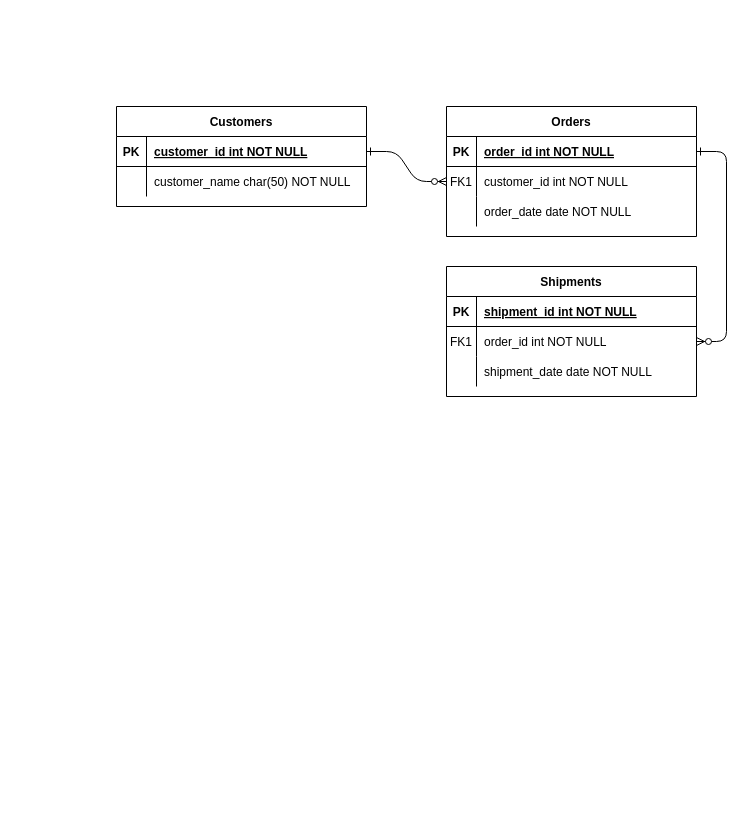
This is Untitled Diagram.drawio from vodz1/Restaurant-Management-System, a draw.io file, before an edit. Source tidied: cells renumbered, new cells numbered last; positions are measured from the earlier drawing's top-left corner, leaving out a move shared by most shapes. Both pictures are drawn from the tidied source at 100%, with x=0, y=0 at pixel (116, 106).
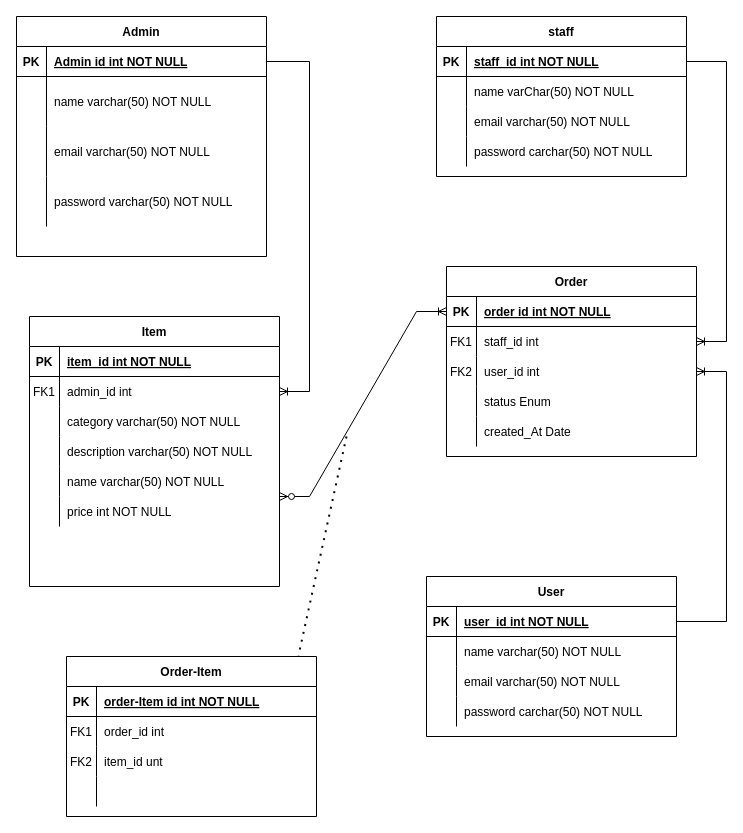
The same diagram, later.

Commit message:
Update Entity Relation Diagram.drawio

The change refers to these unchanged cells:
```xml
<mxCell id="5" style="shape=partialRectangle;fillColor=none;points=[[0,0.5],[1,0.5]];portConstraint=eastwest;top=0;left=0;right=0;bottom=1;" parent="4" vertex="1">
  <mxGeometry y="30" width="250" height="30" as="geometry" />
</mxCell>
<mxCell id="8" style="shape=partialRectangle;fillColor=none;points=[[0,0.5],[1,0.5]];portConstraint=eastwest;top=0;left=0;right=0;bottom=0;" parent="4" vertex="1">
  <mxGeometry y="60" width="250" height="30" as="geometry" />
</mxCell>
<mxCell id="11" style="shape=partialRectangle;fillColor=none;top=0;left=0;right=0;bottom=0;" parent="4" vertex="1">
  <mxGeometry y="90" width="250" height="30" as="geometry" />
</mxCell>
<mxCell id="15" style="shape=partialRectangle;fillColor=none;points=[[0,0.5],[1,0.5]];portConstraint=eastwest;top=0;left=0;right=0;bottom=1;" parent="14" vertex="1">
  <mxGeometry y="30" width="250" height="30" as="geometry" />
</mxCell>
<mxCell id="18" style="shape=partialRectangle;fillColor=none;points=[[0,0.5],[1,0.5]];portConstraint=eastwest;top=0;left=0;right=0;bottom=0;" parent="14" vertex="1">
  <mxGeometry y="60" width="250" height="30" as="geometry" />
</mxCell>
<mxCell id="21" style="shape=partialRectangle;fillColor=none;points=[[0,0.5],[1,0.5]];portConstraint=eastwest;top=0;left=0;right=0;bottom=0;" parent="14" vertex="1">
  <mxGeometry y="90" width="250" height="30" as="geometry" />
</mxCell>
<mxCell id="25" style="shape=partialRectangle;fillColor=none;points=[[0,0.5],[1,0.5]];portConstraint=eastwest;top=0;left=0;right=0;bottom=1;" parent="24" vertex="1">
  <mxGeometry y="30" width="250" height="30" as="geometry" />
</mxCell>
```

Diff of the diagram source:
```diff
@@
-    <mxCell id="2" style="edgeStyle=entityRelationEdgeStyle;endArrow=ERzeroToMany;startArrow=ERone;endFill=1;startFill=0;" parent="1" edge="1" source="25" target="8">
-      <mxGeometry relative="1" as="geometry" />
-    </mxCell>
-    <mxCell id="3" style="edgeStyle=entityRelationEdgeStyle;endArrow=ERzeroToMany;startArrow=ERone;endFill=1;startFill=0;" parent="1" edge="1" source="5" target="18">
-      <mxGeometry relative="1" as="geometry" />
-    </mxCell>
-    <mxCell id="4" value="Orders" style="shape=table;startSize=30;childLayout=tableLayout;rowLines=0;fontStyle=1;align=center;" parent="1" vertex="1">
-      <mxGeometry x="330" width="250" height="130" as="geometry" />
+    <mxCell id="4" value="staff" style="shape=table;startSize=30;childLayout=tableLayout;rowLines=0;fontStyle=1;align=center;" parent="1" vertex="1">
+      <mxGeometry x="320" y="-90" width="250" height="160" as="geometry" />
     </mxCell>
@@
-    <mxCell id="7" value="order_id int NOT NULL " style="shape=partialRectangle;overflow=hidden;fillColor=none;top=0;left=0;bottom=0;right=0;align=left;spacingLeft=6;fontStyle=5;" parent="5" vertex="1">
+    <mxCell id="7" value="staff_id int NOT NULL " style="shape=partialRectangle;overflow=hidden;fillColor=none;top=0;left=0;bottom=0;right=0;align=left;spacingLeft=6;fontStyle=5;" parent="5" vertex="1">
       <mxGeometry x="30" width="220" height="30" as="geometry" />
     </mxCell>
@@
-    <mxCell id="9" value="FK1" style="shape=partialRectangle;overflow=hidden;fillColor=none;top=0;left=0;bottom=0;right=0;" parent="8" vertex="1">
+    <mxCell id="9" style="shape=partialRectangle;overflow=hidden;fillColor=none;top=0;left=0;bottom=0;right=0;" parent="8" vertex="1">
       <mxGeometry width="30" height="30" as="geometry" />
     </mxCell>
-    <mxCell id="10" value="customer_id int NOT NULL" style="shape=partialRectangle;overflow=hidden;fillColor=none;top=0;left=0;bottom=0;right=0;align=left;spacingLeft=6;" parent="8" vertex="1">
+    <mxCell id="10" value="name varChar(50) NOT NULL" style="shape=partialRectangle;overflow=hidden;fillColor=none;top=0;left=0;bottom=0;right=0;align=left;spacingLeft=6;" parent="8" vertex="1">
       <mxGeometry x="30" width="220" height="30" as="geometry" />
     </mxCell>
@@
-    <mxCell id="13" value="order_date date NOT NULL" style="shape=partialRectangle;overflow=hidden;fillColor=none;top=0;left=0;bottom=0;right=0;align=left;spacingLeft=6;" parent="11" vertex="1">
+    <mxCell id="13" value="email varchar(50) NOT NULL" style="shape=partialRectangle;overflow=hidden;fillColor=none;top=0;left=0;bottom=0;right=0;align=left;spacingLeft=6;" parent="11" vertex="1">
       <mxGeometry x="30" width="220" height="30" as="geometry" />
     </mxCell>
+    <mxCell id="31" style="shape=partialRectangle;fillColor=none;top=0;left=0;right=0;bottom=0;" parent="4" vertex="1">
+      <mxGeometry y="120" width="250" height="30" as="geometry" />
+    </mxCell>
+    <mxCell id="32" style="shape=partialRectangle;overflow=hidden;fillColor=none;top=0;left=0;bottom=0;right=0;" parent="31" vertex="1">
+      <mxGeometry width="30" height="30" as="geometry" />
+    </mxCell>
+    <mxCell id="33" value="password carchar(50) NOT NULL" style="shape=partialRectangle;overflow=hidden;fillColor=none;top=0;left=0;bottom=0;right=0;align=left;spacingLeft=6;" parent="31" vertex="1">
+      <mxGeometry x="30" width="220" height="30" as="geometry" />
+    </mxCell>
-    <mxCell id="14" value="Shipments" style="shape=table;startSize=30;childLayout=tableLayout;rowLines=0;fontStyle=1;align=center;" parent="1" vertex="1">
-      <mxGeometry x="330" y="160" width="250" height="130" as="geometry" />
+    <mxCell id="14" value="Order" style="shape=table;startSize=30;childLayout=tableLayout;rowLines=0;fontStyle=1;align=center;" parent="1" vertex="1">
+      <mxGeometry x="330" y="160" width="250" height="190" as="geometry" />
     </mxCell>
@@
-    <mxCell id="17" value="shipment_id int NOT NULL " style="shape=partialRectangle;overflow=hidden;fillColor=none;top=0;left=0;bottom=0;right=0;align=left;spacingLeft=6;fontStyle=5;" parent="15" vertex="1">
+    <mxCell id="17" value="order id int NOT NULL " style="shape=partialRectangle;overflow=hidden;fillColor=none;top=0;left=0;bottom=0;right=0;align=left;spacingLeft=6;fontStyle=5;" parent="15" vertex="1">
       <mxGeometry x="30" width="220" height="30" as="geometry" />
     </mxCell>
@@
-    <mxCell id="20" value="order_id int NOT NULL" style="shape=partialRectangle;overflow=hidden;fillColor=none;top=0;left=0;bottom=0;right=0;align=left;spacingLeft=6;" parent="18" vertex="1">
+    <mxCell id="20" value="staff_id int" style="shape=partialRectangle;overflow=hidden;fillColor=none;top=0;left=0;bottom=0;right=0;align=left;spacingLeft=6;" parent="18" vertex="1">
       <mxGeometry x="30" width="220" height="30" as="geometry" />
     </mxCell>
@@
-    <mxCell id="22" style="shape=partialRectangle;overflow=hidden;fillColor=none;top=0;left=0;bottom=0;right=0;" parent="21" vertex="1">
+    <mxCell id="22" value="FK2" style="shape=partialRectangle;overflow=hidden;fillColor=none;top=0;left=0;bottom=0;right=0;" parent="21" vertex="1">
       <mxGeometry width="30" height="30" as="geometry" />
     </mxCell>
-    <mxCell id="23" value="shipment_date date NOT NULL" style="shape=partialRectangle;overflow=hidden;fillColor=none;top=0;left=0;bottom=0;right=0;align=left;spacingLeft=6;" parent="21" vertex="1">
+    <mxCell id="23" value="user_id int" style="shape=partialRectangle;overflow=hidden;fillColor=none;top=0;left=0;bottom=0;right=0;align=left;spacingLeft=6;" parent="21" vertex="1">
       <mxGeometry x="30" width="220" height="30" as="geometry" />
     </mxCell>
+    <mxCell id="34" style="shape=partialRectangle;fillColor=none;top=0;left=0;right=0;bottom=0;" parent="14" vertex="1">
+      <mxGeometry y="120" width="250" height="30" as="geometry" />
+    </mxCell>
+    <mxCell id="35" style="shape=partialRectangle;overflow=hidden;fillColor=none;top=0;left=0;bottom=0;right=0;" parent="34" vertex="1">
+      <mxGeometry width="30" height="30" as="geometry" />
+    </mxCell>
+    <mxCell id="36" value="status Enum" style="shape=partialRectangle;overflow=hidden;fillColor=none;top=0;left=0;bottom=0;right=0;align=left;spacingLeft=6;" parent="34" vertex="1">
+      <mxGeometry x="30" width="220" height="30" as="geometry" />
+    </mxCell>
+    <mxCell id="37" style="shape=partialRectangle;fillColor=none;top=0;left=0;right=0;bottom=0;" parent="14" vertex="1">
+      <mxGeometry y="150" width="250" height="30" as="geometry" />
+    </mxCell>
+    <mxCell id="38" style="shape=partialRectangle;overflow=hidden;fillColor=none;top=0;left=0;bottom=0;right=0;" parent="37" vertex="1">
+      <mxGeometry width="30" height="30" as="geometry" />
+    </mxCell>
+    <mxCell id="39" value="created_At Date" style="shape=partialRectangle;overflow=hidden;fillColor=none;top=0;left=0;bottom=0;right=0;align=left;spacingLeft=6;" parent="37" vertex="1">
+      <mxGeometry x="30" width="220" height="30" as="geometry" />
+    </mxCell>
-    <mxCell id="24" value="Customers" style="shape=table;startSize=30;childLayout=tableLayout;rowLines=0;fontStyle=1;align=center;" parent="1" vertex="1">
-      <mxGeometry width="250" height="100" as="geometry" />
+    <mxCell id="24" value="Admin" style="shape=table;startSize=30;childLayout=tableLayout;rowLines=0;fontStyle=1;align=center;" parent="1" vertex="1">
+      <mxGeometry x="-100" y="-90" width="250" height="240" as="geometry" />
     </mxCell>
@@
-    <mxCell id="27" value="customer_id int NOT NULL " style="shape=partialRectangle;overflow=hidden;fillColor=none;top=0;left=0;bottom=0;right=0;align=left;spacingLeft=6;fontStyle=5;" parent="25" vertex="1">
+    <mxCell id="27" value="Admin id int NOT NULL" style="shape=partialRectangle;overflow=hidden;fillColor=none;top=0;left=0;bottom=0;right=0;align=left;spacingLeft=6;fontStyle=5;" parent="25" vertex="1">
       <mxGeometry x="30" width="220" height="30" as="geometry" />
     </mxCell>
     <mxCell id="28" style="shape=partialRectangle;fillColor=none;top=0;left=0;right=0;bottom=0;" parent="24" vertex="1">
-      <mxGeometry y="60" width="250" height="30" as="geometry" />
+      <mxGeometry y="60" width="250" height="50" as="geometry" />
     </mxCell>
     <mxCell id="29" style="shape=partialRectangle;overflow=hidden;fillColor=none;top=0;left=0;bottom=0;right=0;" parent="28" vertex="1">
-      <mxGeometry width="30" height="30" as="geometry" />
+      <mxGeometry width="30" height="50" as="geometry" />
     </mxCell>
-    <mxCell id="30" value="customer_name char(50) NOT NULL" style="shape=partialRectangle;overflow=hidden;fillColor=none;top=0;left=0;bottom=0;right=0;align=left;spacingLeft=6;" parent="28" vertex="1">
-      <mxGeometry x="30" width="220" height="30" as="geometry" />
+    <mxCell id="30" value="name varchar(50) NOT NULL" style="shape=partialRectangle;overflow=hidden;fillColor=none;top=0;left=0;bottom=0;right=0;align=left;spacingLeft=6;" parent="28" vertex="1">
+      <mxGeometry x="30" width="220" height="50" as="geometry" />
     </mxCell>
+    <mxCell id="40" style="shape=partialRectangle;fillColor=none;top=0;left=0;right=0;bottom=0;" parent="24" vertex="1">
+      <mxGeometry y="110" width="250" height="50" as="geometry" />
+    </mxCell>
+    <mxCell id="41" style="shape=partialRectangle;overflow=hidden;fillColor=none;top=0;left=0;bottom=0;right=0;" parent="40" vertex="1">
+      <mxGeometry width="30" height="50" as="geometry" />
+    </mxCell>
+    <mxCell id="42" value="email varchar(50) NOT NULL" style="shape=partialRectangle;overflow=hidden;fillColor=none;top=0;left=0;bottom=0;right=0;align=left;spacingLeft=6;" parent="40" vertex="1">
+      <mxGeometry x="30" width="220" height="50" as="geometry" />
+    </mxCell>
+    <mxCell id="43" style="shape=partialRectangle;fillColor=none;top=0;left=0;right=0;bottom=0;" parent="24" vertex="1">
+      <mxGeometry y="160" width="250" height="50" as="geometry" />
+    </mxCell>
+    <mxCell id="44" style="shape=partialRectangle;overflow=hidden;fillColor=none;top=0;left=0;bottom=0;right=0;" parent="43" vertex="1">
+      <mxGeometry width="30" height="50" as="geometry" />
+    </mxCell>
+    <mxCell id="45" value="password varchar(50) NOT NULL" style="shape=partialRectangle;overflow=hidden;fillColor=none;top=0;left=0;bottom=0;right=0;align=left;spacingLeft=6;" parent="43" vertex="1">
+      <mxGeometry x="30" width="220" height="50" as="geometry" />
+    </mxCell>
+    <mxCell id="46" value="Item" style="shape=table;startSize=30;childLayout=tableLayout;rowLines=0;fontStyle=1;align=center;" parent="1" vertex="1">
+      <mxGeometry x="-87" y="210" width="250" height="270" as="geometry" />
+    </mxCell>
+    <mxCell id="47" style="shape=partialRectangle;fillColor=none;top=0;left=0;right=0;bottom=1;" parent="46" vertex="1">
+      <mxGeometry y="30" width="250" height="30" as="geometry" />
+    </mxCell>
+    <mxCell id="48" value="PK" style="shape=partialRectangle;overflow=hidden;fillColor=none;top=0;left=0;bottom=0;right=0;fontStyle=1;" parent="47" vertex="1">
+      <mxGeometry width="30" height="30" as="geometry" />
+    </mxCell>
+    <mxCell id="49" value="item_id int NOT NULL " style="shape=partialRectangle;overflow=hidden;fillColor=none;top=0;left=0;bottom=0;right=0;align=left;spacingLeft=6;fontStyle=5;" parent="47" vertex="1">
+      <mxGeometry x="30" width="220" height="30" as="geometry" />
+    </mxCell>
+    <mxCell id="50" style="shape=partialRectangle;fillColor=none;points=[[0,0.5],[1,0.5]];portConstraint=eastwest;top=0;left=0;right=0;bottom=0;" parent="46" vertex="1">
+      <mxGeometry y="60" width="250" height="30" as="geometry" />
+    </mxCell>
+    <mxCell id="51" value="FK1" style="shape=partialRectangle;overflow=hidden;fillColor=none;top=0;left=0;bottom=0;right=0;" parent="50" vertex="1">
+      <mxGeometry width="30" height="30" as="geometry" />
+    </mxCell>
+    <mxCell id="52" value="admin_id int " style="shape=partialRectangle;overflow=hidden;fillColor=none;top=0;left=0;bottom=0;right=0;align=left;spacingLeft=6;" parent="50" vertex="1">
+      <mxGeometry x="30" width="220" height="30" as="geometry" />
+    </mxCell>
+    <mxCell id="53" style="shape=partialRectangle;fillColor=none;top=0;left=0;right=0;bottom=0;" parent="46" vertex="1">
+      <mxGeometry y="90" width="250" height="30" as="geometry" />
+    </mxCell>
+    <mxCell id="54" style="shape=partialRectangle;overflow=hidden;fillColor=none;top=0;left=0;bottom=0;right=0;" parent="53" vertex="1">
+      <mxGeometry width="30" height="30" as="geometry" />
+    </mxCell>
+    <mxCell id="55" value="category varchar(50) NOT NULL" style="shape=partialRectangle;overflow=hidden;fillColor=none;top=0;left=0;bottom=0;right=0;align=left;spacingLeft=6;" parent="53" vertex="1">
+      <mxGeometry x="30" width="220" height="30" as="geometry" />
+    </mxCell>
+    <mxCell id="56" style="shape=partialRectangle;fillColor=none;top=0;left=0;right=0;bottom=0;" parent="46" vertex="1">
+      <mxGeometry y="120" width="250" height="30" as="geometry" />
+    </mxCell>
+    <mxCell id="57" style="shape=partialRectangle;overflow=hidden;fillColor=none;top=0;left=0;bottom=0;right=0;" parent="56" vertex="1">
+      <mxGeometry width="30" height="30" as="geometry" />
+    </mxCell>
+    <mxCell id="58" value="description varchar(50) NOT NULL" style="shape=partialRectangle;overflow=hidden;fillColor=none;top=0;left=0;bottom=0;right=0;align=left;spacingLeft=6;" parent="56" vertex="1">
+      <mxGeometry x="30" width="220" height="30" as="geometry" />
+    </mxCell>
+    <mxCell id="59" style="shape=partialRectangle;fillColor=none;top=0;left=0;right=0;bottom=0;" parent="46" vertex="1">
+      <mxGeometry y="150" width="250" height="30" as="geometry" />
+    </mxCell>
+    <mxCell id="60" style="shape=partialRectangle;overflow=hidden;fillColor=none;top=0;left=0;bottom=0;right=0;" parent="59" vertex="1">
+      <mxGeometry width="30" height="30" as="geometry" />
+    </mxCell>
+    <mxCell id="61" value="name varchar(50) NOT NULL" style="shape=partialRectangle;overflow=hidden;fillColor=none;top=0;left=0;bottom=0;right=0;align=left;spacingLeft=6;" parent="59" vertex="1">
+      <mxGeometry x="30" width="220" height="30" as="geometry" />
+    </mxCell>
+    <mxCell id="62" style="shape=partialRectangle;fillColor=none;top=0;left=0;right=0;bottom=0;" parent="46" vertex="1">
+      <mxGeometry y="180" width="250" height="30" as="geometry" />
+    </mxCell>
+    <mxCell id="63" style="shape=partialRectangle;overflow=hidden;fillColor=none;top=0;left=0;bottom=0;right=0;" parent="62" vertex="1">
+      <mxGeometry width="30" height="30" as="geometry" />
+    </mxCell>
+    <mxCell id="64" value="price int NOT NULL" style="shape=partialRectangle;overflow=hidden;fillColor=none;top=0;left=0;bottom=0;right=0;align=left;spacingLeft=6;" parent="62" vertex="1">
+      <mxGeometry x="30" width="220" height="30" as="geometry" />
+    </mxCell>
+    <mxCell id="65" value="User" style="shape=table;startSize=30;childLayout=tableLayout;rowLines=0;fontStyle=1;align=center;" parent="1" vertex="1">
+      <mxGeometry x="310" y="470" width="250" height="160" as="geometry" />
+    </mxCell>
+    <mxCell id="66" style="shape=partialRectangle;fillColor=none;points=[[0,0.5],[1,0.5]];portConstraint=eastwest;top=0;left=0;right=0;bottom=1;" parent="65" vertex="1">
+      <mxGeometry y="30" width="250" height="30" as="geometry" />
+    </mxCell>
+    <mxCell id="67" value="PK" style="shape=partialRectangle;overflow=hidden;fillColor=none;top=0;left=0;bottom=0;right=0;fontStyle=1;" parent="66" vertex="1">
+      <mxGeometry width="30" height="30" as="geometry" />
+    </mxCell>
+    <mxCell id="68" value="user_id int NOT NULL " style="shape=partialRectangle;overflow=hidden;fillColor=none;top=0;left=0;bottom=0;right=0;align=left;spacingLeft=6;fontStyle=5;" parent="66" vertex="1">
+      <mxGeometry x="30" width="220" height="30" as="geometry" />
+    </mxCell>
+    <mxCell id="69" style="shape=partialRectangle;fillColor=none;top=0;left=0;right=0;bottom=0;" parent="65" vertex="1">
+      <mxGeometry y="60" width="250" height="30" as="geometry" />
+    </mxCell>
+    <mxCell id="70" style="shape=partialRectangle;overflow=hidden;fillColor=none;top=0;left=0;bottom=0;right=0;" parent="69" vertex="1">
+      <mxGeometry width="30" height="30" as="geometry" />
+    </mxCell>
+    <mxCell id="71" value="name varchar(50) NOT NULL" style="shape=partialRectangle;overflow=hidden;fillColor=none;top=0;left=0;bottom=0;right=0;align=left;spacingLeft=6;" parent="69" vertex="1">
+      <mxGeometry x="30" width="220" height="30" as="geometry" />
+    </mxCell>
+    <mxCell id="72" style="shape=partialRectangle;fillColor=none;top=0;left=0;right=0;bottom=0;" parent="65" vertex="1">
+      <mxGeometry y="90" width="250" height="30" as="geometry" />
+    </mxCell>
+    <mxCell id="73" style="shape=partialRectangle;overflow=hidden;fillColor=none;top=0;left=0;bottom=0;right=0;" parent="72" vertex="1">
+      <mxGeometry width="30" height="30" as="geometry" />
+    </mxCell>
+    <mxCell id="74" value="email varchar(50) NOT NULL" style="shape=partialRectangle;overflow=hidden;fillColor=none;top=0;left=0;bottom=0;right=0;align=left;spacingLeft=6;" parent="72" vertex="1">
+      <mxGeometry x="30" width="220" height="30" as="geometry" />
+    </mxCell>
+    <mxCell id="75" style="shape=partialRectangle;fillColor=none;top=0;left=0;right=0;bottom=0;" parent="65" vertex="1">
+      <mxGeometry y="120" width="250" height="30" as="geometry" />
+    </mxCell>
+    <mxCell id="76" style="shape=partialRectangle;overflow=hidden;fillColor=none;top=0;left=0;bottom=0;right=0;" parent="75" vertex="1">
+      <mxGeometry width="30" height="30" as="geometry" />
+    </mxCell>
+    <mxCell id="77" value="password carchar(50) NOT NULL" style="shape=partialRectangle;overflow=hidden;fillColor=none;top=0;left=0;bottom=0;right=0;align=left;spacingLeft=6;" parent="75" vertex="1">
+      <mxGeometry x="30" width="220" height="30" as="geometry" />
+    </mxCell>
+    <mxCell id="78" value="Order-Item" style="shape=table;startSize=30;childLayout=tableLayout;rowLines=0;fontStyle=1;align=center;" parent="1" vertex="1">
+      <mxGeometry x="-50" y="550" width="250" height="160" as="geometry" />
+    </mxCell>
+    <mxCell id="79" style="shape=partialRectangle;fillColor=none;top=0;left=0;right=0;bottom=1;" parent="78" vertex="1">
+      <mxGeometry y="30" width="250" height="30" as="geometry" />
+    </mxCell>
+    <mxCell id="80" value="PK" style="shape=partialRectangle;overflow=hidden;fillColor=none;top=0;left=0;bottom=0;right=0;fontStyle=1;" parent="79" vertex="1">
+      <mxGeometry width="30" height="30" as="geometry" />
+    </mxCell>
+    <mxCell id="81" value="order-Item id int NOT NULL " style="shape=partialRectangle;overflow=hidden;fillColor=none;top=0;left=0;bottom=0;right=0;align=left;spacingLeft=6;fontStyle=5;" parent="79" vertex="1">
+      <mxGeometry x="30" width="220" height="30" as="geometry" />
+    </mxCell>
+    <mxCell id="82" style="shape=partialRectangle;fillColor=none;top=0;left=0;right=0;bottom=0;" parent="78" vertex="1">
+      <mxGeometry y="60" width="250" height="30" as="geometry" />
+    </mxCell>
+    <mxCell id="83" value="FK1" style="shape=partialRectangle;overflow=hidden;fillColor=none;top=0;left=0;bottom=0;right=0;" parent="82" vertex="1">
+      <mxGeometry width="30" height="30" as="geometry" />
+    </mxCell>
+    <mxCell id="84" value="order_id int " style="shape=partialRectangle;overflow=hidden;fillColor=none;top=0;left=0;bottom=0;right=0;align=left;spacingLeft=6;" parent="82" vertex="1">
+      <mxGeometry x="30" width="220" height="30" as="geometry" />
+    </mxCell>
+    <mxCell id="85" style="shape=partialRectangle;fillColor=none;top=0;left=0;right=0;bottom=0;" parent="78" vertex="1">
+      <mxGeometry y="90" width="250" height="30" as="geometry" />
+    </mxCell>
+    <mxCell id="86" value="FK2" style="shape=partialRectangle;overflow=hidden;fillColor=none;top=0;left=0;bottom=0;right=0;" parent="85" vertex="1">
+      <mxGeometry width="30" height="30" as="geometry" />
+    </mxCell>
+    <mxCell id="87" value="item_id unt" style="shape=partialRectangle;overflow=hidden;fillColor=none;top=0;left=0;bottom=0;right=0;align=left;spacingLeft=6;" parent="85" vertex="1">
+      <mxGeometry x="30" width="220" height="30" as="geometry" />
+    </mxCell>
+    <mxCell id="88" style="shape=partialRectangle;fillColor=none;top=0;left=0;right=0;bottom=0;" parent="78" vertex="1">
+      <mxGeometry y="120" width="250" height="30" as="geometry" />
+    </mxCell>
+    <mxCell id="89" style="shape=partialRectangle;overflow=hidden;fillColor=none;top=0;left=0;bottom=0;right=0;" parent="88" vertex="1">
+      <mxGeometry width="30" height="30" as="geometry" />
+    </mxCell>
+    <mxCell id="90" style="shape=partialRectangle;overflow=hidden;fillColor=none;top=0;left=0;bottom=0;right=0;align=left;spacingLeft=6;" parent="88" vertex="1">
+      <mxGeometry x="30" width="220" height="30" as="geometry" />
+    </mxCell>
+    <mxCell id="91" style="edgeStyle=entityRelationEdgeStyle;fontSize=12;html=1;endArrow=ERoneToMany;rounded=0;exitX=1;exitY=0.5;exitDx=0;exitDy=0;" parent="1" edge="1" source="25" target="50">
+      <mxGeometry relative="1" as="geometry">
+        <Array as="points">
+          <mxPoint x="200" y="30" />
+          <mxPoint x="180" y="20" />
+          <mxPoint x="190" y="60" />
+        </Array>
+      </mxGeometry>
+    </mxCell>
+    <mxCell id="3" style="edgeStyle=entityRelationEdgeStyle;fontSize=12;html=1;endArrow=ERoneToMany;rounded=0;" parent="1" edge="1" source="5" target="18">
+      <mxGeometry relative="1" as="geometry" />
+    </mxCell>
+    <mxCell id="92" style="edgeStyle=entityRelationEdgeStyle;fontSize=12;html=1;endArrow=ERoneToMany;rounded=0;" parent="1" edge="1" source="66" target="21">
+      <mxGeometry relative="1" as="geometry" />
+    </mxCell>
+    <mxCell id="93" style="edgeStyle=entityRelationEdgeStyle;fontSize=12;html=1;endArrow=ERoneToMany;startArrow=ERzeroToMany;rounded=0;entryX=0;entryY=0.5;entryDx=0;entryDy=0;" parent="1" edge="1" target="15">
+      <mxGeometry relative="1" as="geometry">
+        <mxPoint x="163" y="390" as="sourcePoint" />
+      </mxGeometry>
+    </mxCell>
+    <mxCell id="94" style="endArrow=none;dashed=1;html=1;dashPattern=1 3;strokeWidth=2;rounded=0;entryX=0.928;entryY=-0.006;entryDx=0;entryDy=0;entryPerimeter=0;" parent="1" edge="1" target="78">
+      <mxGeometry relative="1" as="geometry">
+        <mxPoint x="230" y="330" as="sourcePoint" />
+      </mxGeometry>
+    </mxCell>
```
